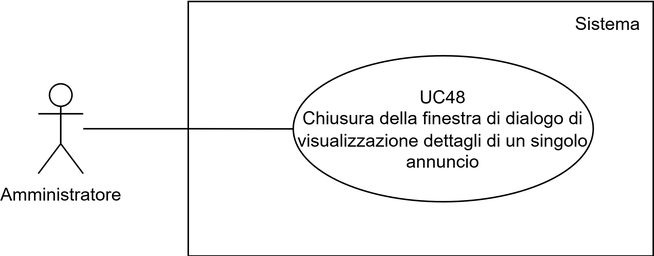
SWEatUNIPD/docs keeps this draw.io diagram as assets/use_cases/UC48.png. Above is the earlier version. Source tidied: cells renumbered, new cells last; positions are measured from the earlier drawing's top-left corner, leaving out a move shared by most shapes. Source of this version:
```xml
<mxGraphModel>
  <root>
    <mxCell id="0" />
    <mxCell id="1" parent="0" />
    <mxCell id="2" style="rounded=0;whiteSpace=wrap;html=1;fillColor=none;" parent="1" vertex="1">
      <mxGeometry x="100" y="0.5" width="310" height="170" as="geometry" />
    </mxCell>
    <mxCell id="3" style="edgeStyle=orthogonalEdgeStyle;rounded=0;jettySize=auto;html=1;endArrow=none;endFill=0;" parent="1" edge="1" source="4" target="5">
      <mxGeometry relative="1" as="geometry" />
    </mxCell>
    <mxCell id="4" value="Amministratore" style="shape=umlActor;verticalLabelPosition=bottom;verticalAlign=top;html=1;outlineConnect=0;" parent="1" vertex="1">
      <mxGeometry y="55.5" width="30" height="60" as="geometry" />
    </mxCell>
    <mxCell id="5" value="UC48&lt;div&gt;Chiusura della finestra di dialogo di visualizzazione dettagli di un singolo annuncio&lt;/div&gt;" style="ellipse;whiteSpace=wrap;html=1;fillColor=none;" parent="1" vertex="1">
      <mxGeometry x="170" y="36.8" width="200" height="97.5" as="geometry" />
    </mxCell>
    <mxCell id="6" value="Sistema" style="text;html=1;align=center;verticalAlign=middle;whiteSpace=wrap;rounded=0;" parent="1" vertex="1">
      <mxGeometry x="350" y="0.5" width="60" height="30" as="geometry" />
    </mxCell>
  </root>
</mxGraphModel>
```
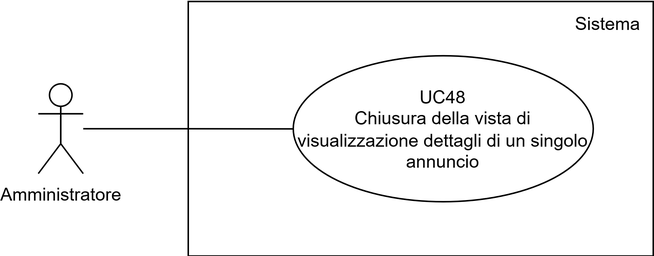
Later version of the same file.

Change to the diagram source:
```diff
@@ -11,7 +11,7 @@
     <mxCell id="4" value="Amministratore" style="shape=umlActor;verticalLabelPosition=bottom;verticalAlign=top;html=1;outlineConnect=0;" parent="1" vertex="1">
       <mxGeometry y="55.5" width="30" height="60" as="geometry" />
     </mxCell>
-    <mxCell id="5" value="UC48&lt;div&gt;Chiusura della finestra di dialogo di visualizzazione dettagli di un singolo annuncio&lt;/div&gt;" style="ellipse;whiteSpace=wrap;html=1;fillColor=none;" parent="1" vertex="1">
+    <mxCell id="5" value="UC48&lt;div&gt;Chiusura della vista di visualizzazione dettagli di un singolo annuncio&lt;/div&gt;" style="ellipse;whiteSpace=wrap;html=1;fillColor=none;" parent="1" vertex="1">
       <mxGeometry x="170" y="36.8" width="200" height="97.5" as="geometry" />
     </mxCell>
     <mxCell id="6" value="Sistema" style="text;html=1;align=center;verticalAlign=middle;whiteSpace=wrap;rounded=0;" parent="1" vertex="1">
```
